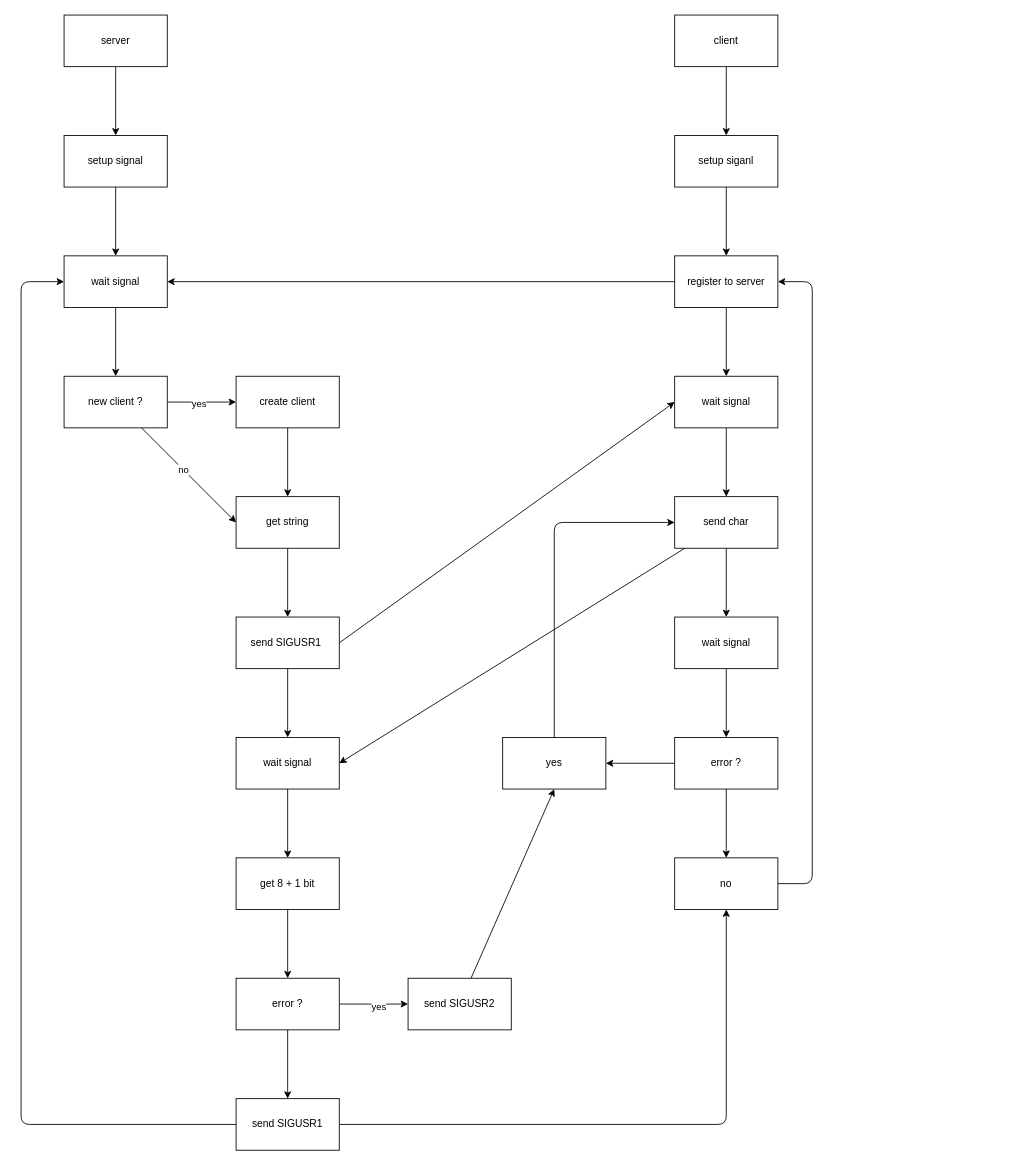
Above: rank-2/minitalk/V2/minitalk.drawio in Chahalor/40-to-home (draw.io), before the change. Source tidied: cells renumbered, new cells numbered last; positions are measured from the earlier drawing's top-left corner, leaving out a move shared by most shapes. Both pictures are drawn from the tidied source at 86%, with x=0, y=0 at pixel (21, 15).
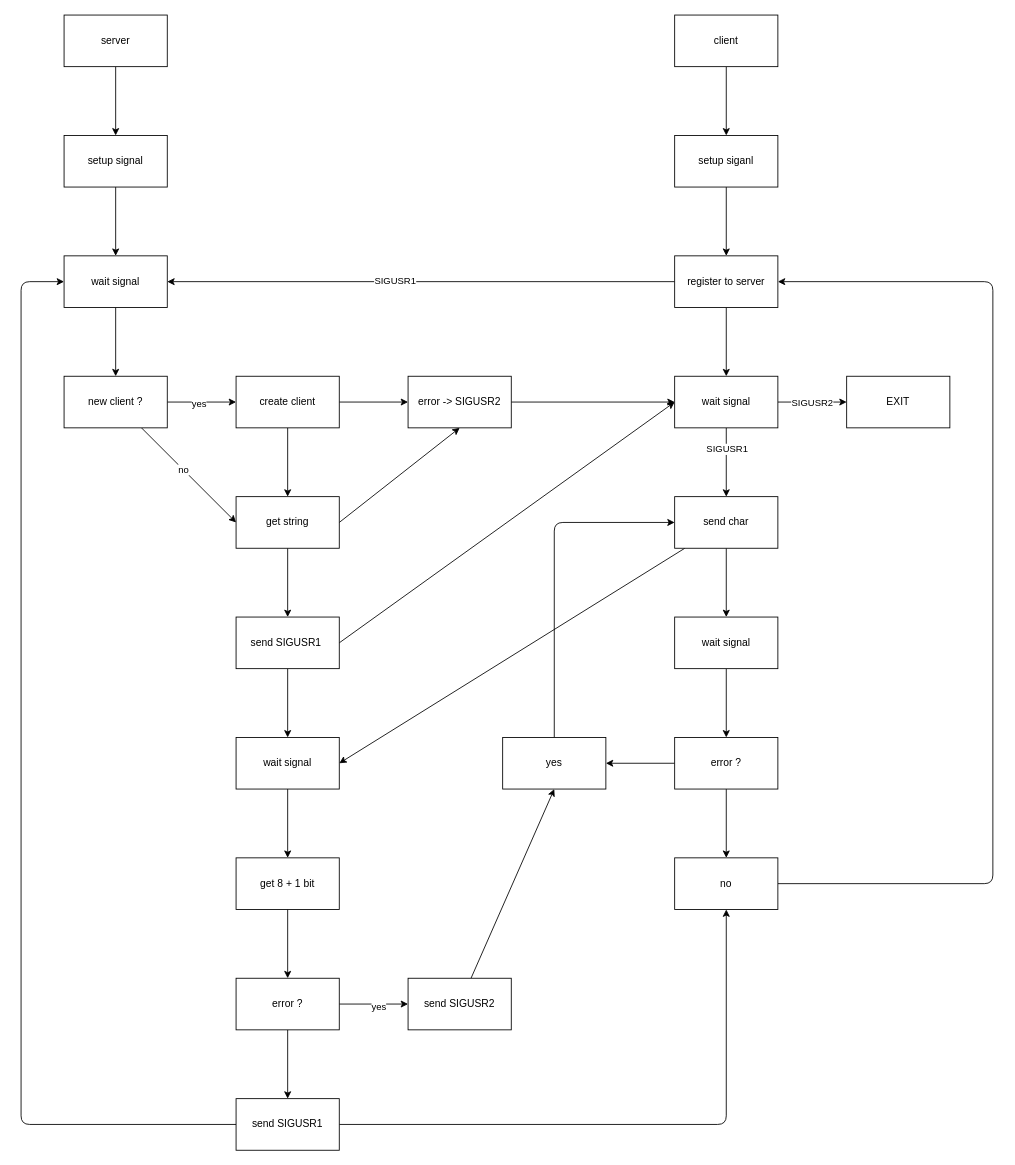
After the change.

The change refers to these unchanged cells:
```xml
<mxCell id="12" style="edgeStyle=none;html=1;entryX=1;entryY=0.5;entryDx=0;entryDy=0;" parent="1" edge="1" source="14" target="7">
  <mxGeometry relative="1" as="geometry" />
</mxCell>
<mxCell id="14" value="register to server" style="whiteSpace=wrap;html=1;rounded=0;" parent="1" vertex="1">
  <mxGeometry x="760" y="280" width="120" height="60" as="geometry" />
</mxCell>
<mxCell id="21" value="create client" style="whiteSpace=wrap;html=1;rounded=0;" parent="1" vertex="1">
  <mxGeometry x="250" y="420" width="120" height="60" as="geometry" />
</mxCell>
<mxCell id="23" value="get string" style="whiteSpace=wrap;html=1;rounded=0;" parent="1" vertex="1">
  <mxGeometry x="250" y="560" width="120" height="60" as="geometry" />
</mxCell>
<mxCell id="27" style="edgeStyle=none;html=1;" parent="1" edge="1" source="28" target="41">
  <mxGeometry relative="1" as="geometry" />
</mxCell>
<mxCell id="28" value="wait signal" style="whiteSpace=wrap;html=1;rounded=0;" parent="1" vertex="1">
  <mxGeometry x="760" y="420" width="120" height="60" as="geometry" />
</mxCell>
<mxCell id="50" value="no" style="whiteSpace=wrap;html=1;rounded=0;" parent="1" vertex="1">
  <mxGeometry x="760" y="980" width="120" height="60" as="geometry" />
</mxCell>
```

The edit, as a diff of the source:
```diff
@@
+    <mxCell id="54" value="SIGUSR1" style="edgeLabel;html=1;align=center;verticalAlign=middle;" parent="12" vertex="1">
+      <mxGeometry x="0.1" y="-2" relative="1" as="geometry">
+        <mxPoint x="-1" as="offset" />
+      </mxGeometry>
+    </mxCell>
@@
+    <mxCell id="55" style="edgeStyle=none;html=1;" parent="1" edge="1" source="21" target="61">
+      <mxGeometry relative="1" as="geometry" />
+    </mxCell>
@@
+    <mxCell id="56" style="edgeStyle=none;html=1;exitX=1;exitY=0.5;exitDx=0;exitDy=0;entryX=0.5;entryY=1;entryDx=0;entryDy=0;" parent="1" edge="1" source="23" target="61">
+      <mxGeometry relative="1" as="geometry" />
+    </mxCell>
@@
+    <mxCell id="57" value="SIGUSR1" style="edgeLabel;html=1;align=center;verticalAlign=middle;" parent="27" vertex="1">
+      <mxGeometry x="-0.4" relative="1" as="geometry" />
+    </mxCell>
+    <mxCell id="58" style="edgeStyle=none;html=1;" parent="1" edge="1" source="28" target="62">
+      <mxGeometry relative="1" as="geometry" />
+    </mxCell>
+    <mxCell id="59" value="SIGUSR2" style="edgeLabel;html=1;align=center;verticalAlign=middle;" parent="58" vertex="1">
+      <mxGeometry x="0.21" y="-1" relative="1" as="geometry">
+        <mxPoint x="-9" y="-1" as="offset" />
+      </mxGeometry>
+    </mxCell>
@@
     <mxCell id="49" style="edgeStyle=none;html=1;entryX=1;entryY=0.5;entryDx=0;entryDy=0;exitX=1;exitY=0.5;exitDx=0;exitDy=0;" parent="1" edge="1" source="50" target="14">
       <mxGeometry relative="1" as="geometry">
         <Array as="points">
-          <mxPoint x="920" y="1010" />
-          <mxPoint x="920" y="310" />
+          <mxPoint x="1130" y="1010" />
+          <mxPoint x="1130" y="310" />
         </Array>
       </mxGeometry>
     </mxCell>
@@
+    <mxCell id="60" style="edgeStyle=none;html=1;entryX=0;entryY=0.5;entryDx=0;entryDy=0;" parent="1" edge="1" source="61" target="28">
+      <mxGeometry relative="1" as="geometry" />
+    </mxCell>
+    <mxCell id="61" value="error -&amp;gt; SIGUSR2" style="whiteSpace=wrap;html=1;rounded=0;" parent="1" vertex="1">
+      <mxGeometry x="450" y="420" width="120" height="60" as="geometry" />
+    </mxCell>
+    <mxCell id="62" value="EXIT" style="whiteSpace=wrap;html=1;rounded=0;" parent="1" vertex="1">
+      <mxGeometry x="960" y="420" width="120" height="60" as="geometry" />
+    </mxCell>
```
